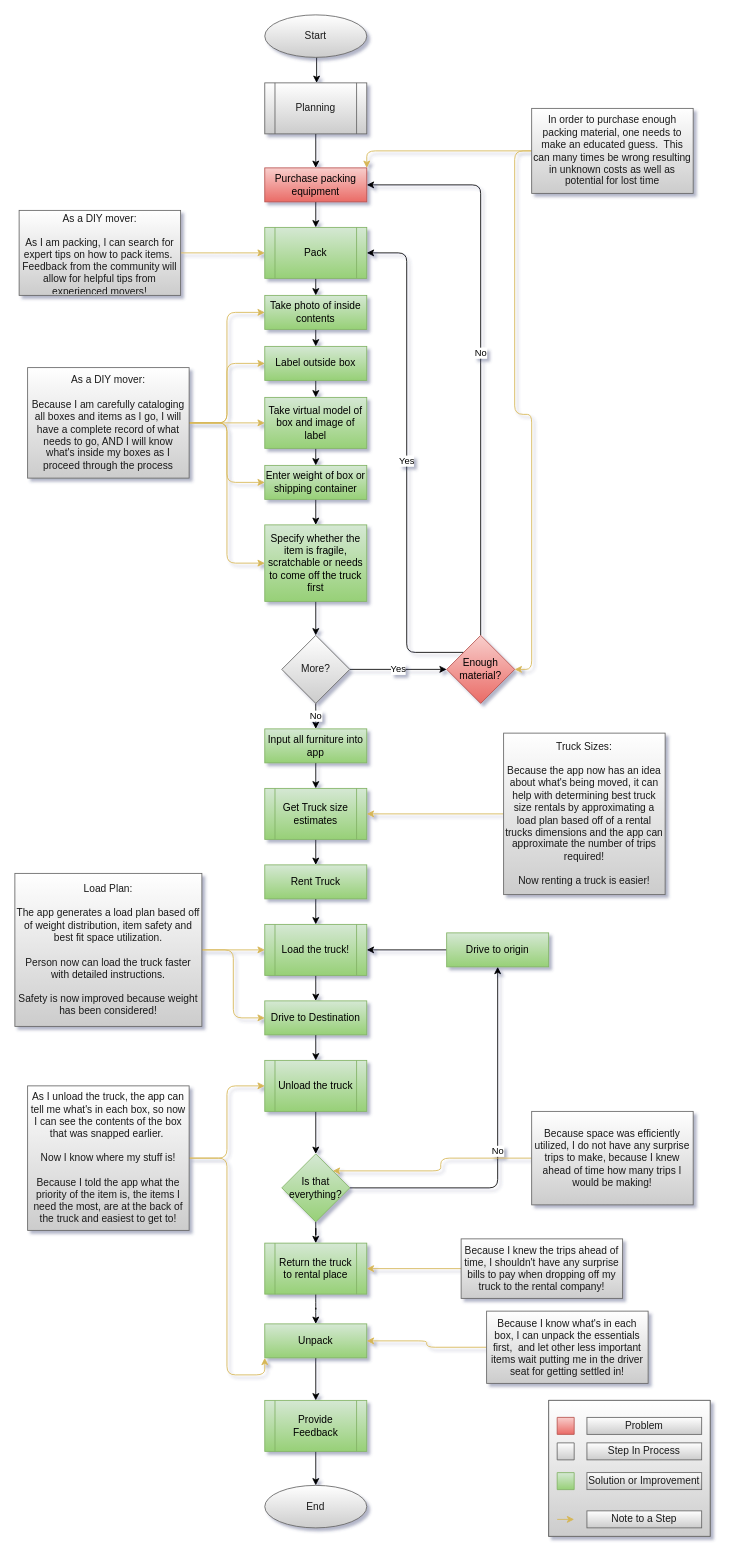
Earlier version of the draw.io diagram page "Entire Diagram" (1 of 5) of Documents/flow_diagrams/Solution_Flow.drawio (LP-76/load.in). Source tidied: cells renumbered, new cells numbered last; positions are measured from the earlier drawing's top-left corner, leaving out a move shared by most shapes. Both pictures are drawn from the tidied source at 85%, with x=0, y=0 at pixel (14, 14).
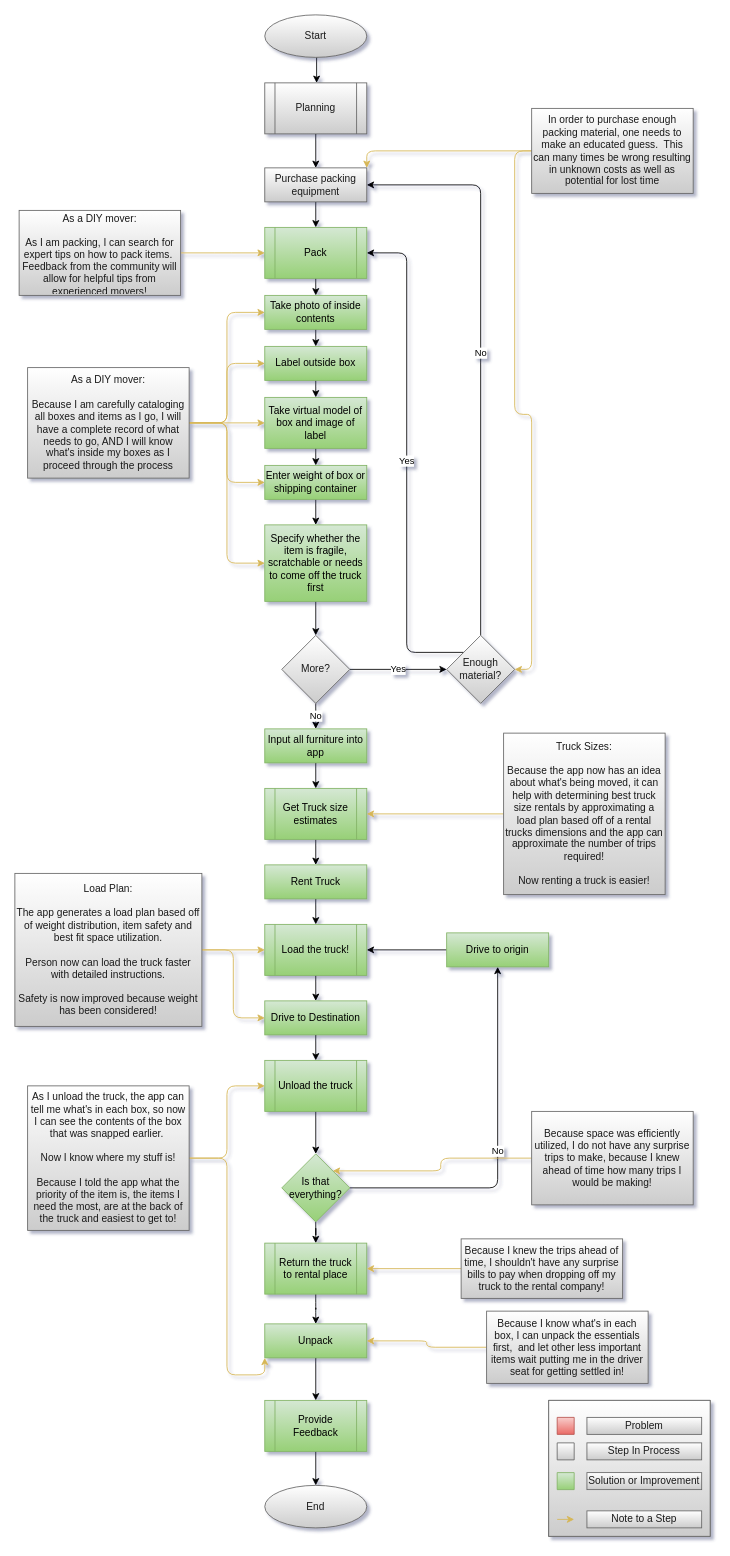
Above is the later version.

The edit, as a diff of the source:
```diff
@@
-    <mxCell id="10" value="Enough material?" style="rhombus;whiteSpace=wrap;html=1;strokeColor=#b85450;fillColor=#f8cecc;gradientColor=#ea6b66;" parent="1" vertex="1">
+    <mxCell id="10" value="Enough material?" style="rhombus;whiteSpace=wrap;html=1;strokeColor=#666666;fillColor=#FFFFFF;gradientColor=#CCCCCC;fontColor=#1A1A1A;" parent="1" vertex="1">
       <mxGeometry x="508" y="730" width="80" height="80" as="geometry" />
     </mxCell>
@@
-    <mxCell id="57" value="Purchase packing equipment" style="whiteSpace=wrap;html=1;fontSize=12;strokeColor=#b85450;fillColor=#f8cecc;gradientColor=#ea6b66;" parent="1" vertex="1">
+    <mxCell id="57" value="Purchase packing equipment" style="whiteSpace=wrap;html=1;fontSize=12;strokeColor=#666666;fillColor=#FFFFFF;gradientColor=#CCCCCC;fontColor=#1A1A1A;" parent="1" vertex="1">
       <mxGeometry x="294" y="180" width="120" height="40" as="geometry" />
     </mxCell>
```
